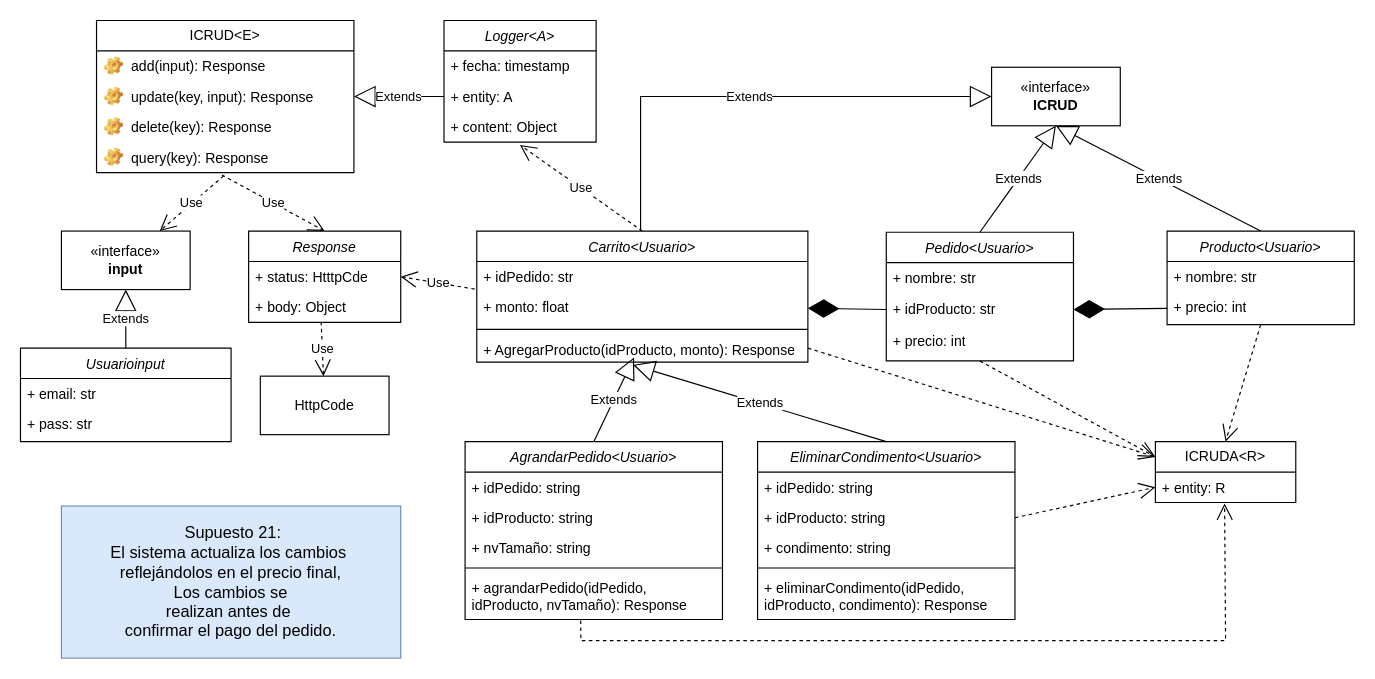
Above: Front-End_Sprint/Diagrama Supuesto21.drawio in Giggin-html/dwm4 (draw.io), before the change. Source tidied: cells renumbered, new cells numbered last; positions are measured from the earlier drawing's top-left corner, leaving out a move shared by most shapes. Both pictures are drawn from the tidied source at 117%, with x=0, y=0 at pixel (20, 20).
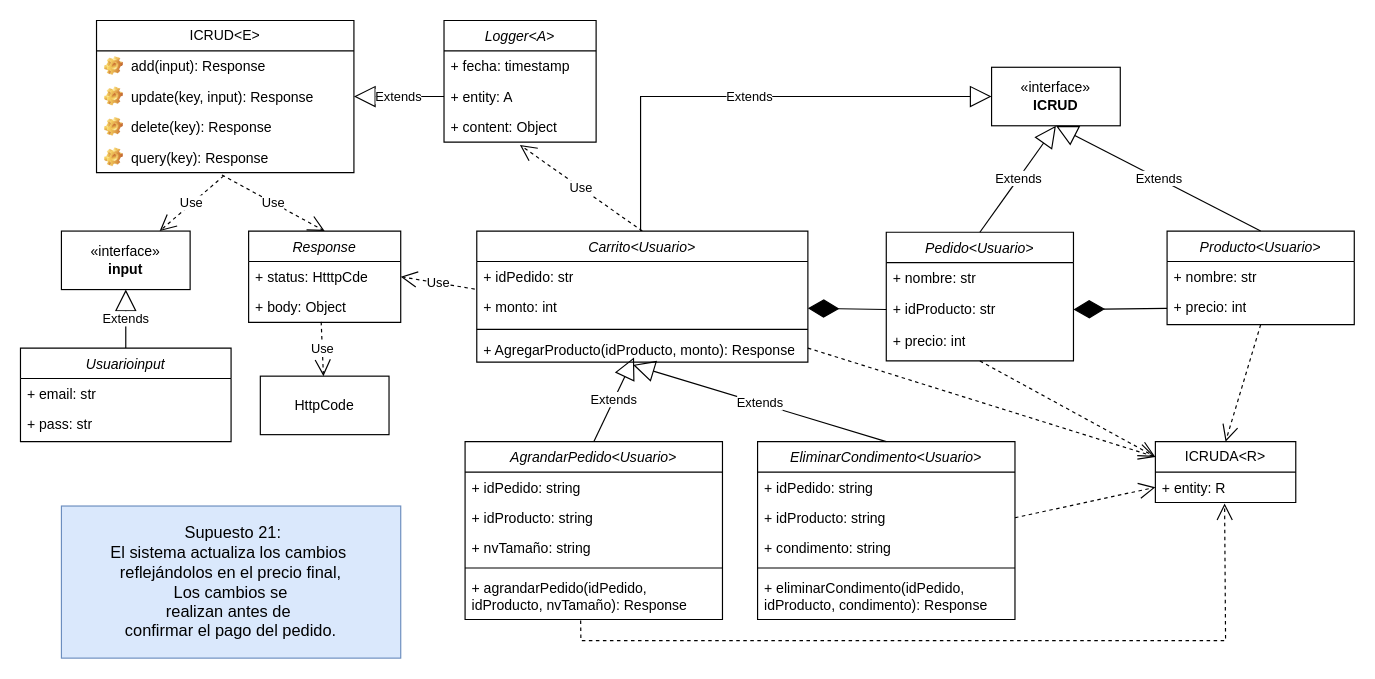
The same diagram, later.

The change refers to these unchanged cells:
```xml
<mxCell id="43" value="Carrito&lt;Usuario&gt;" style="swimlane;fontStyle=2;align=center;verticalAlign=top;horizontal=1;startSize=26;rounded=0;shadow=0;strokeWidth=1;" parent="1" vertex="1">
  <mxGeometry x="390" y="180" width="283" height="112" as="geometry" />
</mxCell>
```

What changed in the source:
```diff
@@
-    <mxCell id="45" value="+ monto: float" style="text;strokeColor=none;fillColor=none;align=left;verticalAlign=top;spacingLeft=4;spacingRight=4;overflow=hidden;points=[[0,0.5],[1,0.5]];portConstraint=eastwest;whiteSpace=wrap;html=1;" parent="43" vertex="1">
+    <mxCell id="45" value="+ monto: int" style="text;strokeColor=none;fillColor=none;align=left;verticalAlign=top;spacingLeft=4;spacingRight=4;overflow=hidden;points=[[0,0.5],[1,0.5]];portConstraint=eastwest;whiteSpace=wrap;html=1;" parent="43" vertex="1">
       <mxGeometry y="52" width="283" height="28" as="geometry" />
     </mxCell>
```
